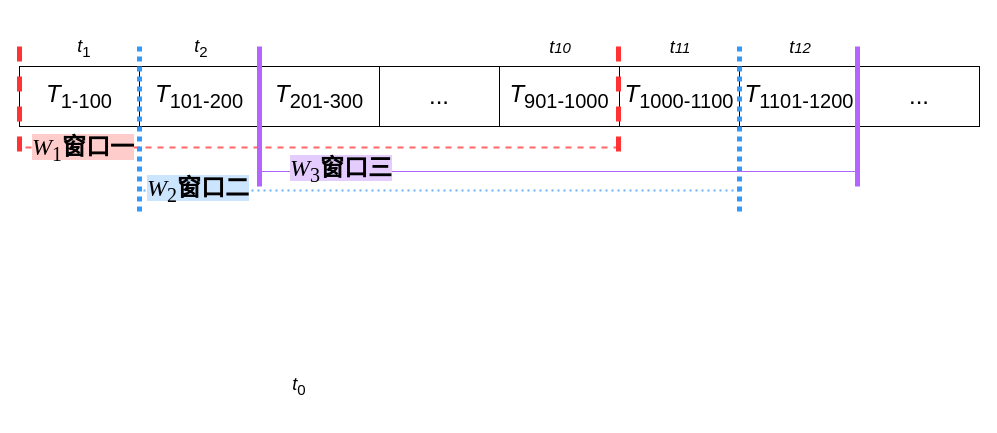
Before: figures/flowchart/windows.drawio in zoezou9/fp_mining, a draw.io diagram. Source tidied: cells renumbered, new cells numbered last; positions are measured from the earlier drawing's top-left corner, leaving out a move shared by most shapes. Both pictures are drawn from the tidied source at 100%, with x=0, y=0 at pixel (19, 17).
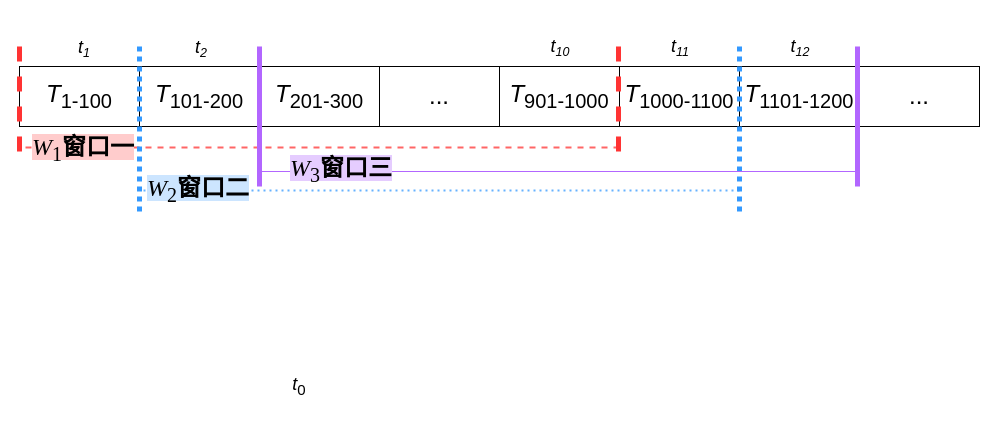
The same diagram, later.

Change to the diagram source:
```diff
@@
-    <mxCell id="24" value="&lt;font style=&quot;font-size: 18px;&quot;&gt;&lt;i style=&quot;&quot;&gt;t&lt;/i&gt;&lt;sub style=&quot;&quot;&gt;1&lt;/sub&gt;&lt;/font&gt;" style="text;html=1;align=center;verticalAlign=middle;whiteSpace=wrap;rounded=0;" parent="1" vertex="1">
+    <mxCell id="24" value="&lt;i&gt;&lt;span style=&quot;font-size: 18px;&quot;&gt;t&lt;/span&gt;&lt;span style=&quot;font-size: 15px;&quot;&gt;&lt;sub&gt;1&lt;/sub&gt;&lt;/span&gt;&lt;/i&gt;" style="text;html=1;align=center;verticalAlign=middle;whiteSpace=wrap;rounded=0;" parent="1" vertex="1">
       <mxGeometry x="35" y="1" width="60" height="60" as="geometry" />
     </mxCell>
-    <mxCell id="25" value="&lt;font style=&quot;font-size: 18px;&quot;&gt;&lt;i style=&quot;&quot;&gt;t&lt;/i&gt;&lt;sub style=&quot;&quot;&gt;2&lt;/sub&gt;&lt;/font&gt;" style="text;html=1;align=center;verticalAlign=middle;whiteSpace=wrap;rounded=0;" parent="1" vertex="1">
+    <mxCell id="25" value="&lt;i&gt;&lt;span style=&quot;font-size: 18px;&quot;&gt;t&lt;/span&gt;&lt;span style=&quot;font-size: 15px;&quot;&gt;&lt;sub&gt;2&lt;/sub&gt;&lt;/span&gt;&lt;/i&gt;" style="text;html=1;align=center;verticalAlign=middle;whiteSpace=wrap;rounded=0;" parent="1" vertex="1">
       <mxGeometry x="152" y="1" width="60" height="60" as="geometry" />
     </mxCell>
-    <mxCell id="26" value="&lt;font style=&quot;&quot;&gt;&lt;i style=&quot;&quot;&gt;&lt;span style=&quot;font-size: 18px;&quot;&gt;t&lt;/span&gt;&lt;span style=&quot;font-size: 15px;&quot;&gt;10&lt;/span&gt;&lt;/i&gt;&lt;/font&gt;" style="text;html=1;align=center;verticalAlign=middle;whiteSpace=wrap;rounded=0;" parent="1" vertex="1">
+    <mxCell id="26" value="&lt;font style=&quot;&quot;&gt;&lt;i style=&quot;&quot;&gt;&lt;span style=&quot;font-size: 18px;&quot;&gt;t&lt;/span&gt;&lt;span style=&quot;font-size: 15px;&quot;&gt;&lt;sub&gt;10&lt;/sub&gt;&lt;/span&gt;&lt;/i&gt;&lt;/font&gt;" style="text;html=1;align=center;verticalAlign=middle;whiteSpace=wrap;rounded=0;" parent="1" vertex="1">
       <mxGeometry x="511" width="60" height="60" as="geometry" />
     </mxCell>
-    <mxCell id="27" value="&lt;font style=&quot;&quot;&gt;&lt;i style=&quot;&quot;&gt;&lt;span style=&quot;font-size: 18px;&quot;&gt;t&lt;/span&gt;&lt;span style=&quot;font-size: 15px;&quot;&gt;11&lt;/span&gt;&lt;/i&gt;&lt;/font&gt;" style="text;html=1;align=center;verticalAlign=middle;whiteSpace=wrap;rounded=0;" parent="1" vertex="1">
+    <mxCell id="27" value="&lt;i&gt;&lt;span style=&quot;font-size: 18px;&quot;&gt;t&lt;/span&gt;&lt;span style=&quot;font-size: 15px;&quot;&gt;&lt;sub&gt;11&lt;/sub&gt;&lt;/span&gt;&lt;/i&gt;" style="text;html=1;align=center;verticalAlign=middle;whiteSpace=wrap;rounded=0;" parent="1" vertex="1">
       <mxGeometry x="631" width="60" height="60" as="geometry" />
     </mxCell>
-    <mxCell id="28" value="&lt;font style=&quot;&quot;&gt;&lt;i style=&quot;&quot;&gt;&lt;span style=&quot;font-size: 18px;&quot;&gt;t&lt;/span&gt;&lt;span style=&quot;font-size: 15px;&quot;&gt;12&lt;/span&gt;&lt;/i&gt;&lt;/font&gt;" style="text;html=1;align=center;verticalAlign=middle;whiteSpace=wrap;rounded=0;" parent="1" vertex="1">
+    <mxCell id="28" value="&lt;i&gt;&lt;span style=&quot;font-size: 18px;&quot;&gt;t&lt;/span&gt;&lt;span style=&quot;font-size: 15px;&quot;&gt;&lt;sub&gt;12&lt;/sub&gt;&lt;/span&gt;&lt;/i&gt;" style="text;html=1;align=center;verticalAlign=middle;whiteSpace=wrap;rounded=0;" parent="1" vertex="1">
       <mxGeometry x="751" width="60" height="60" as="geometry" />
     </mxCell>
```
